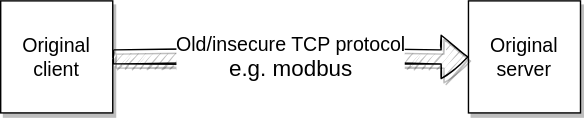
Before: doc/mqttTunnelTcp.svg, a diagram exported from draw.io (LorenzoRompianesi/mqttTunnelTcp). Source tidied: cells renumbered, new cells last; positions are measured from the earlier drawing's top-left corner, leaving out a move shared by most shapes.
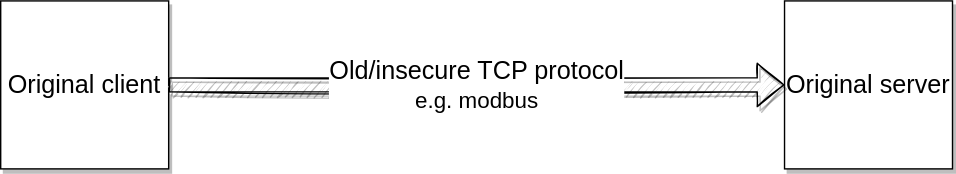
The same file after the commit.

The edit, as a diff of the source:
```diff
@@ -2,13 +2,13 @@
   <root>
     <mxCell id="0" />
     <mxCell id="1" parent="0" />
-    <mxCell id="2" value="&lt;div&gt;&lt;font style=&quot;font-size: 14px&quot;&gt;Original client&lt;/font&gt;&lt;/div&gt;" style="whiteSpace=wrap;html=1;shadow=1;" parent="1" vertex="1">
-      <mxGeometry width="80" height="80" as="geometry" />
+    <mxCell id="2" value="&lt;div&gt;&lt;font style=&quot;font-size: 18px&quot;&gt;Original client&lt;/font&gt;&lt;/div&gt;" style="whiteSpace=wrap;html=1;shadow=1;" parent="1" vertex="1">
+      <mxGeometry width="120" height="120" as="geometry" />
     </mxCell>
-    <mxCell id="3" value="&lt;font style=&quot;font-size: 14px&quot;&gt;Original server&lt;/font&gt;" style="whiteSpace=wrap;html=1;glass=0;shadow=1;rounded=0;" parent="1" vertex="1">
-      <mxGeometry x="334" width="80" height="80" as="geometry" />
+    <mxCell id="3" value="&lt;font style=&quot;font-size: 18px&quot;&gt;Original server&lt;/font&gt;" style="whiteSpace=wrap;html=1;glass=0;shadow=1;rounded=0;" parent="1" vertex="1">
+      <mxGeometry x="560" width="120" height="120" as="geometry" />
     </mxCell>
-    <mxCell id="4" value="&lt;div&gt;&lt;font style=&quot;font-size: 14px&quot;&gt;Old/insecure TCP protocol&lt;/font&gt;&lt;/div&gt;&lt;div&gt;&lt;font size=&quot;3&quot;&gt;e.g. modbus&lt;/font&gt;&lt;/div&gt;" style="endArrow=classic;html=1;rounded=0;shape=flexArrow;exitX=1;exitY=0.5;exitDx=0;exitDy=0;entryX=0;entryY=0.5;entryDx=0;entryDy=0;fillColor=#FFFFFF;shadow=1;sketch=1;" parent="1" edge="1" source="2" target="3">
+    <mxCell id="4" value="&lt;div&gt;&lt;font style=&quot;font-size: 18px&quot;&gt;Old/insecure TCP protocol&lt;/font&gt;&lt;/div&gt;&lt;div&gt;&lt;font size=&quot;3&quot;&gt;e.g. modbus&lt;/font&gt;&lt;/div&gt;" style="endArrow=classic;html=1;rounded=0;shape=flexArrow;exitX=1;exitY=0.5;exitDx=0;exitDy=0;entryX=0;entryY=0.5;entryDx=0;entryDy=0;fillColor=#FFFFFF;shadow=1;sketch=1;" parent="1" edge="1" source="2" target="3">
       <mxGeometry relative="1" as="geometry" />
     </mxCell>
   </root>
```
